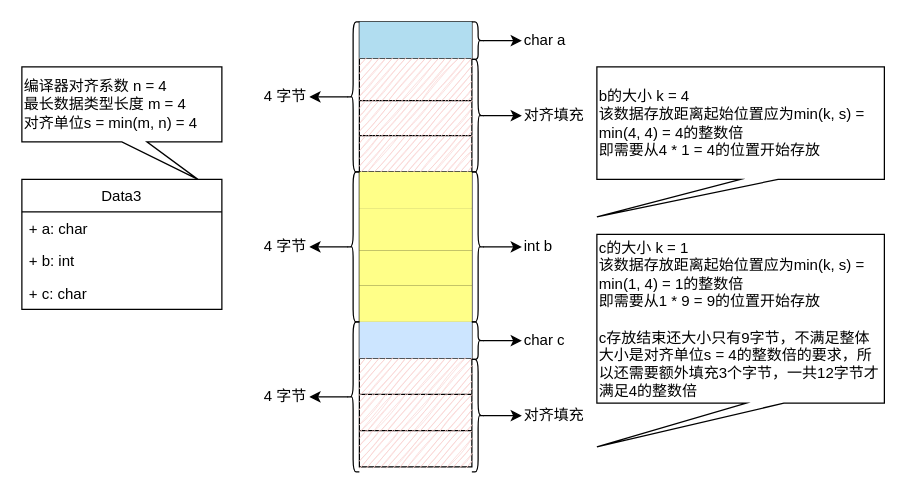
Before: TechStack/memory_alignment_case3.drawio in zhxilin/picbed, a draw.io diagram. Source tidied: cells renumbered, new cells numbered last; positions are measured from the earlier drawing's top-left corner, leaving out a move shared by most shapes. Both pictures are drawn from the tidied source at 125%, with x=0, y=0 at pixel (21, 21).
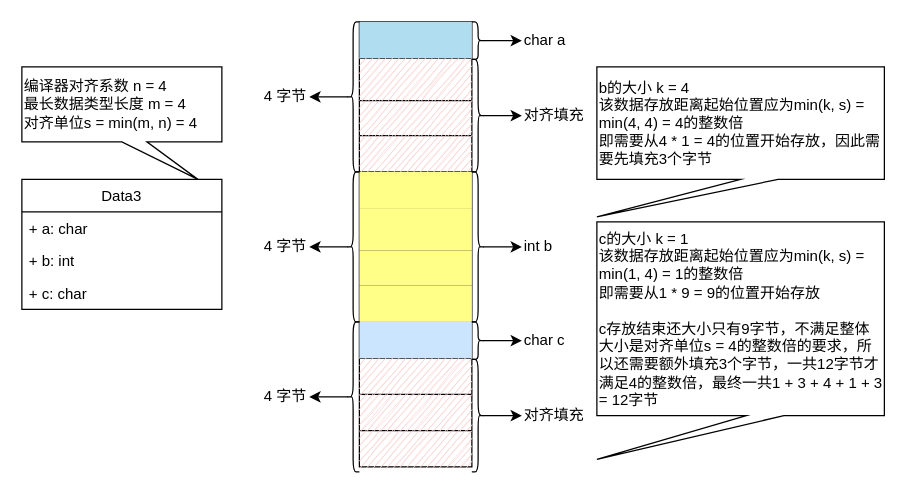
The same page after the edit.

Diff of the diagram source:
```diff
@@
-    <mxCell id="56" value="b的大小 k = 4&lt;div&gt;该数据存放距离起始位置应为min(k, s) = min(4, 4) = 4的整数倍&lt;/div&gt;&lt;div&gt;即需要从4 * 1 = 4的位置开始存放&lt;/div&gt;" style="shape=callout;whiteSpace=wrap;html=1;perimeter=calloutPerimeter;sketch=0;position2=0;align=left;base=30;" parent="1" vertex="1">
+    <mxCell id="56" value="b的大小 k = 4&lt;div&gt;该数据存放距离起始位置应为min(k, s) = min(4, 4) = 4的整数倍&lt;/div&gt;&lt;div&gt;即需要从4 * 1 = 4的位置开始存放，因此需要先填充3个字节&lt;/div&gt;" style="shape=callout;whiteSpace=wrap;html=1;perimeter=calloutPerimeter;sketch=0;position2=0;align=left;base=30;" parent="1" vertex="1">
       <mxGeometry x="460" y="36" width="230" height="120" as="geometry" />
     </mxCell>
-    <mxCell id="57" value="c的大小 k = 1&lt;div&gt;该数据存放距离起始位置应为min(k, s) = min(1, 4) = 1的整数倍&lt;/div&gt;&lt;div&gt;即需要从1 * 9 = 9的位置开始存放&lt;/div&gt;&lt;div&gt;&lt;br&gt;&lt;/div&gt;&lt;div&gt;c存放结束还大小只有9字节，不满足整体大小是对齐单位s = 4的整数倍的要求，所以还需要额外填充3个字节，一共12字节才满足4的整数倍&lt;/div&gt;" style="shape=callout;whiteSpace=wrap;html=1;perimeter=calloutPerimeter;sketch=0;position2=0;align=left;base=30;size=35;position=0.52;" parent="1" vertex="1">
-      <mxGeometry x="460" y="170" width="230" height="170" as="geometry" />
+    <mxCell id="57" value="c的大小 k = 1&lt;div&gt;该数据存放距离起始位置应为min(k, s) = min(1, 4) = 1的整数倍&lt;/div&gt;&lt;div&gt;即需要从1 * 9 = 9的位置开始存放&lt;/div&gt;&lt;div&gt;&lt;br&gt;&lt;/div&gt;&lt;div&gt;c存放结束还大小只有9字节，不满足整体大小是对齐单位s = 4的整数倍的要求，所以还需要额外填充3个字节，一共12字节才满足4的整数倍，最终一共1 + 3 + 4 + 1 + 3 = 12字节&lt;/div&gt;" style="shape=callout;whiteSpace=wrap;html=1;perimeter=calloutPerimeter;sketch=0;position2=0;align=left;base=30;size=35;position=0.52;" parent="1" vertex="1">
+      <mxGeometry x="460" y="160" width="230" height="190" as="geometry" />
     </mxCell>
```
